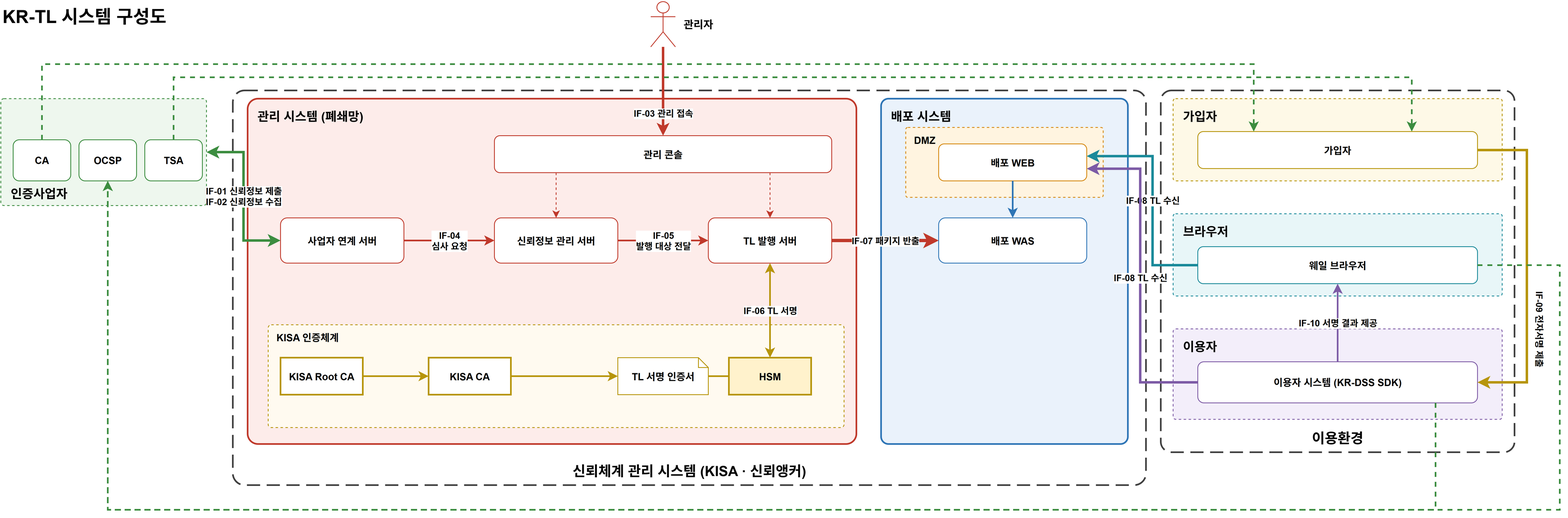
Above: docs/design/KR-TL-관리시스템/diagrams/krtl-system.drawio.png in yongsungkim-electcerti/kr-dss (draw.io), before the change. Source tidied: cells renumbered, new cells last; positions are measured from the earlier drawing's top-left corner, leaving out a move shared by most shapes.
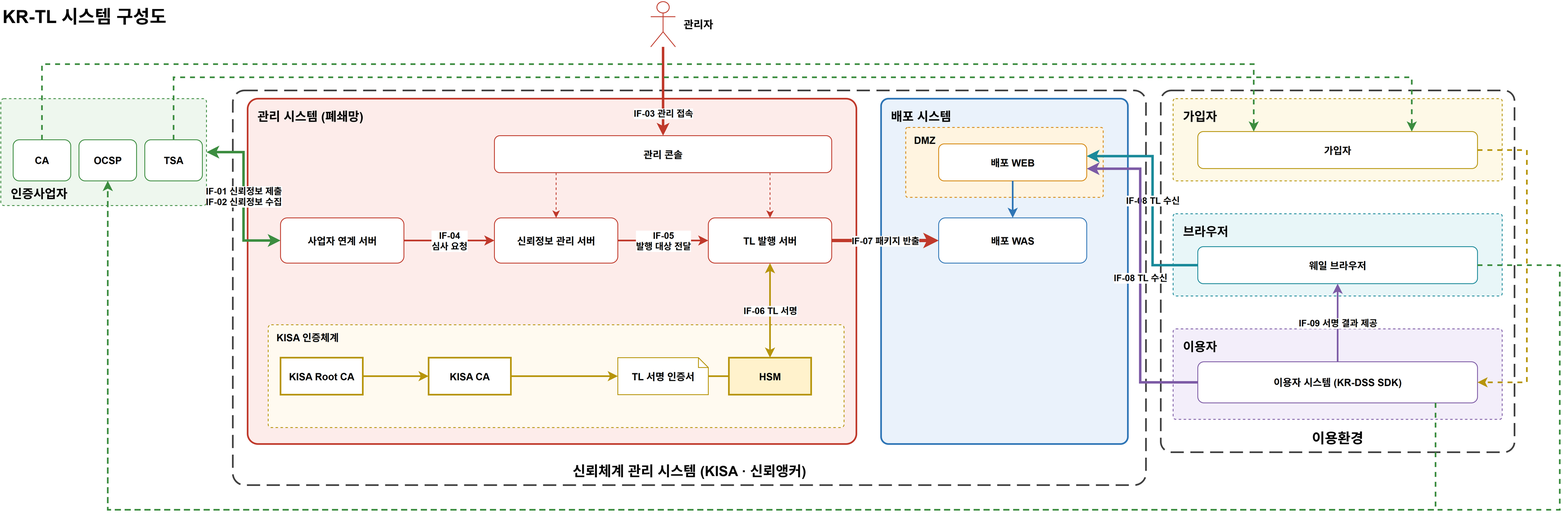
After the change.

Commit message:
docs(kr-tl): 전자서명 제출을 IF에서 제외하고 점선 서비스 채널로 표기 [claude]

Change to the diagram source:
```diff
@@ -159,7 +159,7 @@
         </Array>
       </mxGeometry>
     </mxCell>
-    <mxCell id="46" style="edgeStyle=orthogonalEdgeStyle;rounded=0;html=1;fontSize=11;fontStyle=1;labelBackgroundColor=#ffffff;strokeColor=#b7950b;strokeWidth=3;exitX=1;exitY=0.5;entryX=1;entryY=0.5;" parent="1" edge="1" source="27" target="29">
+    <mxCell id="46" style="edgeStyle=orthogonalEdgeStyle;rounded=0;html=1;fontSize=11;fontStyle=1;labelBackgroundColor=#ffffff;strokeColor=#b7950b;strokeWidth=2;exitX=1;exitY=0.5;entryX=1;entryY=0.5;dashed=1;" parent="1" edge="1" source="27" target="29">
       <mxGeometry relative="1" as="geometry">
         <Array as="points">
           <mxPoint x="1855" y="182" />
@@ -167,10 +167,7 @@
         </Array>
       </mxGeometry>
     </mxCell>
-    <mxCell id="47" value="IF-09 전자서명 제출" style="text;html=1;fontSize=11;fontStyle=1;align=center;verticalAlign=middle;labelBackgroundColor=#ffffff;rotation=90;" parent="1" vertex="1">
-      <mxGeometry x="1805" y="390" width="130" height="20" as="geometry" />
-    </mxCell>
-    <mxCell id="48" value="IF-10 서명 결과 제공" style="edgeStyle=orthogonalEdgeStyle;rounded=0;html=1;fontSize=11;fontStyle=1;labelBackgroundColor=#ffffff;strokeColor=#7d5ba6;strokeWidth=2;exitX=0.5;exitY=0;entryX=0.5;entryY=1;" parent="1" edge="1" source="29" target="28">
+    <mxCell id="48" value="IF-09 서명 결과 제공" style="edgeStyle=orthogonalEdgeStyle;rounded=0;html=1;fontSize=11;fontStyle=1;labelBackgroundColor=#ffffff;strokeColor=#7d5ba6;strokeWidth=2;exitX=0.5;exitY=0;entryX=0.5;entryY=1;" parent="1" edge="1" source="29" target="28">
       <mxGeometry relative="1" as="geometry" />
     </mxCell>
     <mxCell id="49" style="edgeStyle=orthogonalEdgeStyle;rounded=0;html=1;fontSize=11;fontStyle=1;labelBackgroundColor=#ffffff;strokeColor=#3c8d40;strokeWidth=2;exitX=0.85;exitY=1;entryX=0.5;entryY=1;dashed=1;" parent="1" edge="1" source="29" target="14">
```
